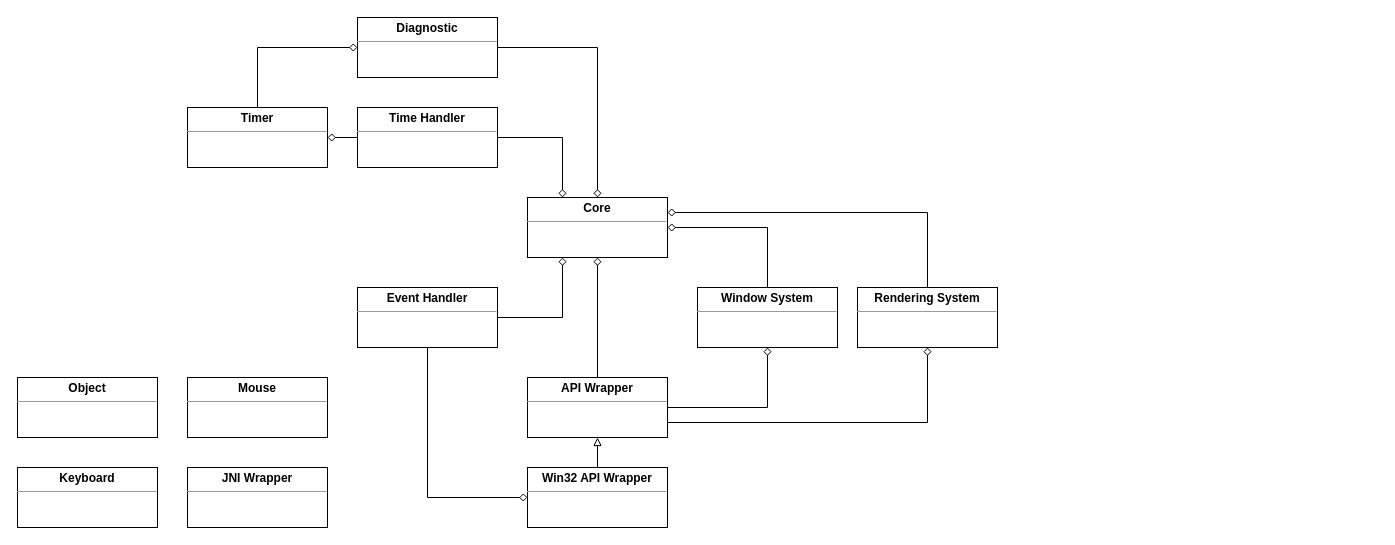
This is docs/img/uml-game-engine.drawio from Keshizin/tcc-bpmge, a draw.io file, before an edit. Source tidied: cells renumbered, new cells numbered last; positions are measured from the earlier drawing's top-left corner, leaving out a move shared by most shapes. Both pictures are drawn from the tidied source at 100%, with x=0, y=0 at pixel (17, 17).
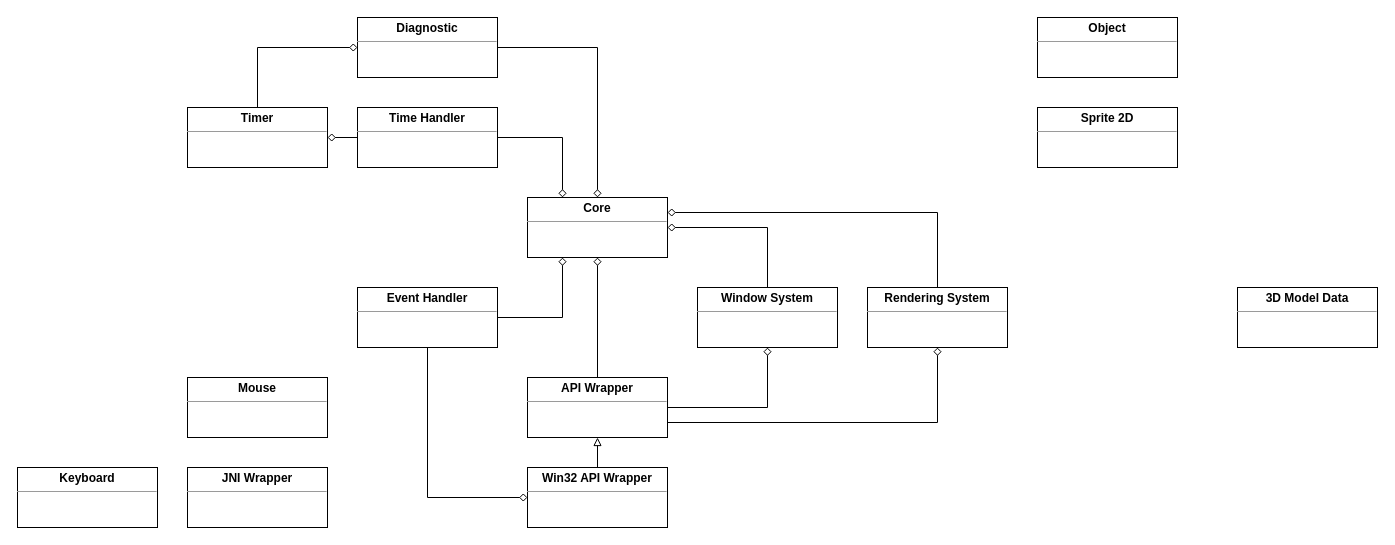
The same diagram, later.

Commit message (it also covers changes not shown here):
Including Sprite class

The edit, as a diff of the source:
```diff
@@
     <mxCell id="16" value="&lt;p style=&quot;margin: 0px ; margin-top: 4px ; text-align: center&quot;&gt;&lt;b&gt;Rendering System&lt;/b&gt;&lt;/p&gt;&lt;hr size=&quot;1&quot;&gt;&lt;div style=&quot;height: 2px&quot;&gt;&lt;/div&gt;" style="verticalAlign=top;align=left;overflow=fill;fontSize=12;fontFamily=Helvetica;html=1;" parent="1" vertex="1">
-      <mxGeometry x="840" y="270" width="140" height="60" as="geometry" />
+      <mxGeometry x="850" y="270" width="140" height="60" as="geometry" />
     </mxCell>
@@
     <mxCell id="25" value="&lt;p style=&quot;margin: 0px ; margin-top: 4px ; text-align: center&quot;&gt;&lt;b&gt;Object&lt;/b&gt;&lt;/p&gt;&lt;hr size=&quot;1&quot;&gt;&lt;div style=&quot;height: 2px&quot;&gt;&lt;/div&gt;" style="verticalAlign=top;align=left;overflow=fill;fontSize=12;fontFamily=Helvetica;html=1;" parent="1" vertex="1">
-      <mxGeometry y="360" width="140" height="60" as="geometry" />
+      <mxGeometry x="1020" width="140" height="60" as="geometry" />
     </mxCell>
@@
+    <mxCell id="27" value="&lt;p style=&quot;margin: 0px ; margin-top: 4px ; text-align: center&quot;&gt;&lt;b&gt;Sprite 2D&lt;/b&gt;&lt;/p&gt;&lt;hr size=&quot;1&quot;&gt;&lt;div style=&quot;height: 2px&quot;&gt;&lt;/div&gt;" style="verticalAlign=top;align=left;overflow=fill;fontSize=12;fontFamily=Helvetica;html=1;" parent="1" vertex="1">
+      <mxGeometry x="1020" y="90" width="140" height="60" as="geometry" />
+    </mxCell>
+    <mxCell id="28" value="&lt;p style=&quot;margin: 0px ; margin-top: 4px ; text-align: center&quot;&gt;&lt;b&gt;3D Model Data&lt;/b&gt;&lt;/p&gt;&lt;hr size=&quot;1&quot;&gt;&lt;div style=&quot;height: 2px&quot;&gt;&lt;/div&gt;" style="verticalAlign=top;align=left;overflow=fill;fontSize=12;fontFamily=Helvetica;html=1;" parent="1" vertex="1">
+      <mxGeometry x="1220" y="270" width="140" height="60" as="geometry" />
+    </mxCell>
```
